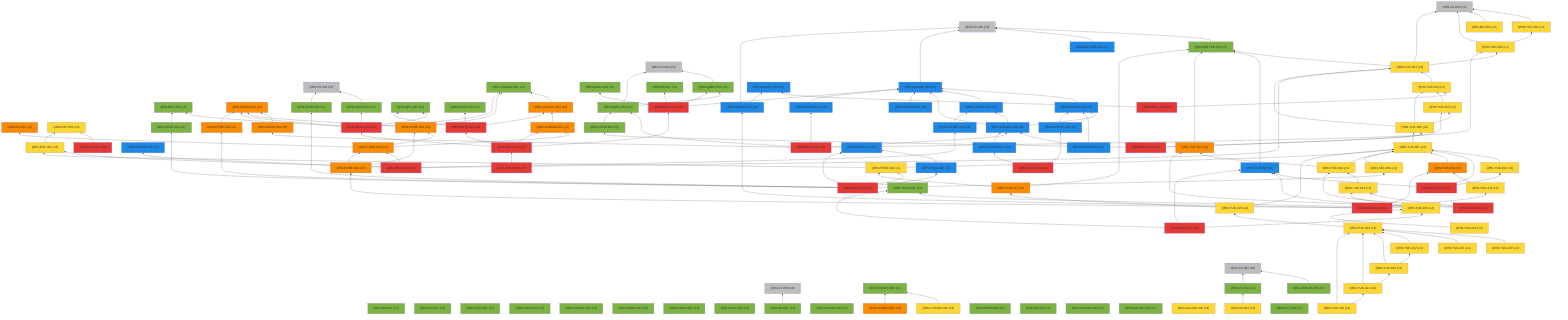
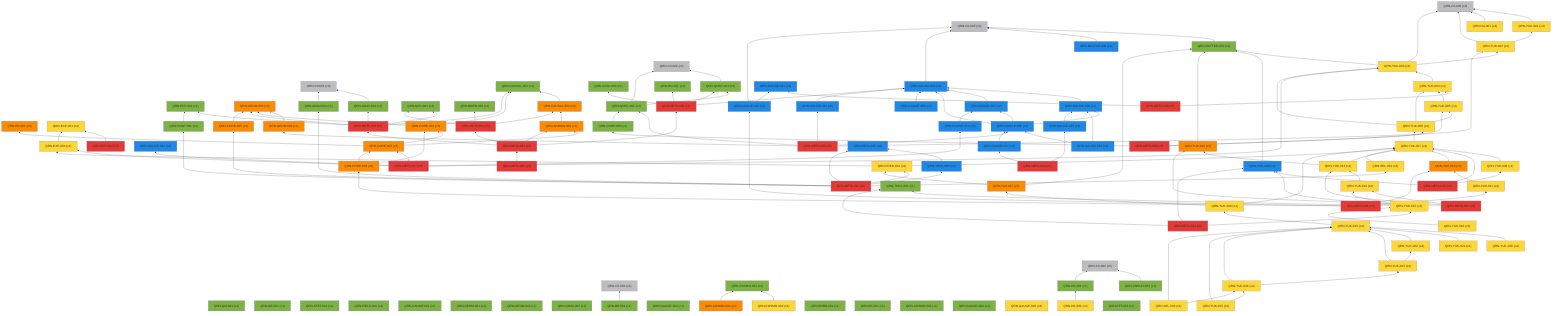
%% 自動生成 (dag/report.pl) — QRN 主張依存グラフ
graph BT
  QRN_C0_001["QRN-C0-001 (c0)"]:::c0
  QRN_C0_002["QRN-C0-002 (c0)"]:::c0
  QRN_C0_003["QRN-C0-003 (c0)"]:::c0
  QRN_C0_004["QRN-C0-004 (c0)"]:::c0
  QRN_C0_005["QRN-C0-005 (c0)"]:::c0
  QRN_C0_006["QRN-C0-006 (c0)"]:::c0
  QRN_QM_001["QRN-QM-001 (c1)"]:::c1
  QRN_GR_001["QRN-GR-001 (c1)"]:::c1
  QRN_STAT_001["QRN-STAT-001 (c1)"]:::c1
  QRN_FIELD_001["QRN-FIELD-001 (c1)"]:::c1
  QRN_GAUGE_001["QRN-GAUGE-001 (c1)"]:::c1
  QRN_ENT_001["QRN-ENT-001 (c1)"]:::c1
  QRN_GEOM_001["QRN-GEOM-001 (c1)"]:::c1
  QRN_GEOM_002["QRN-GEOM-002 (c1)"]:::c1
  QRN_GEOM_003["QRN-GEOM-003 (c3)"]:::c3
  QRN_GRAV_001["QRN-GRAV-001 (c1)"]:::c1
  QRN_GRAV_002["QRN-GRAV-002 (c1)"]:::c1
  QRN_BH_001["QRN-BH-001 (c1)"]:::c1
  QRN_CAUSAL_001["QRN-CAUSAL-001 (c1)"]:::c1
  QRN_CAUSAL_002["QRN-CAUSAL-002 (c3)"]:::c3
  QRN_ER_001["QRN-ER-001 (c3)"]:::c3
  QRN_QEC_001["QRN-QEC-001 (c1)"]:::c1
  QRN_GAUGE_002["QRN-GAUGE-002 (c1)"]:::c1
  QRN_COSMO_001["QRN-COSMO-001 (c1)"]:::c1
  QRN_COSMO_002["QRN-COSMO-002 (c4)"]:::c4
  QRN_COSMO_003["QRN-COSMO-003 (c3)"]:::c3
  QRN_BORN_001["QRN-BORN-001 (c1)"]:::c1
  QRN_BORN_002["QRN-BORN-002 (c1)"]:::c1
  QRN_GRAV_003["QRN-GRAV-003 (c1)"]:::c1
  QRN_KK_001["QRN-KK-001 (c1)"]:::c1
  QRN_MATTER_001["QRN-MATTER-001 (c1)"]:::c1
  QRN_MATTER_002["QRN-MATTER-002 (c2)"]:::c2
  QRN_COSMO_004["QRN-COSMO-004 (c1)"]:::c1
  QRN_EXP_001["QRN-EXP-001 (c4)"]:::c4
  QRN_GAUGE_003["QRN-GAUGE-003 (c2)"]:::c2
  QRN_GAUGE_004["QRN-GAUGE-004 (c1)"]:::c1
  QRN_GAUGE_005["QRN-GAUGE-005 (c4)"]:::c4
  QRN_YUK_001["QRN-YUK-001 (c4)"]:::c4
  QRN_RG_001["QRN-RG-001 (c1)"]:::c1
  QRN_UNRUH_001["QRN-UNRUH-001 (c1)"]:::c1
  QRN_QNEC_001["QRN-QNEC-001 (c1)"]:::c1
  QRN_NU_001["QRN-NU-001 (c4)"]:::c4
  QRN_GAUGE_006["QRN-GAUGE-006 (c2)"]:::c2
  QRN_DS_001["QRN-DS-001 (c1)"]:::c1
  QRN_DS_002["QRN-DS-002 (c4)"]:::c4
  QRN_ARROW_001["QRN-ARROW-001 (c3)"]:::c3
  QRN_GAUGE_007["QRN-GAUGE-007 (c2)"]:::c2
  QRN_EFT_001["QRN-EFT-001 (c1)"]:::c1
  QRN_GAUGE_008["QRN-GAUGE-008 (c2)"]:::c2
  QRN_GAUGE_009["QRN-GAUGE-009 (c2)"]:::c2
  QRN_GAUGE_010["QRN-GAUGE-010 (c2)"]:::c2
  QRN_QNEC_002["QRN-QNEC-002 (c1)"]:::c1
  QRN_GEOM_004["QRN-GEOM-004 (c3)"]:::c3
  QRN_YUK_002["QRN-YUK-002 (c4)"]:::c4
  QRN_EXP_002["QRN-EXP-002 (c5)"]:::c5
  QRN_CORE_001["QRN-CORE-001 (c3)"]:::c3
  QRN_GAUGE_011["QRN-GAUGE-011 (c2)"]:::c2
  QRN_GAUGE_012["QRN-GAUGE-012 (c2)"]:::c2
  QRN_YUK_003["QRN-YUK-003 (c4)"]:::c4
  QRN_EXP_003["QRN-EXP-003 (c4)"]:::c4
  QRN_CORE_002["QRN-CORE-002 (c3)"]:::c3
  QRN_GAUGE_013["QRN-GAUGE-013 (c2)"]:::c2
  QRN_YUK_004["QRN-YUK-004 (c4)"]:::c4
  QRN_GAUGE_014["QRN-GAUGE-014 (c2)"]:::c2
  QRN_META_001["QRN-META-001 (c5)"]:::c5
  QRN_META_002["QRN-META-002 (c5)"]:::c5
  QRN_META_003["QRN-META-003 (c5)"]:::c5
  QRN_META_004["QRN-META-004 (c5)"]:::c5
  QRN_META_005["QRN-META-005 (c5)"]:::c5
  QRN_META_006["QRN-META-006 (c5)"]:::c5
  QRN_META_007["QRN-META-007 (c5)"]:::c5
  QRN_META_008["QRN-META-008 (c5)"]:::c5
  QRN_YUK_005["QRN-YUK-005 (c4)"]:::c4
  QRN_YUK_006["QRN-YUK-006 (c4)"]:::c4
  QRN_CORE_003["QRN-CORE-003 (c1)"]:::c1
  QRN_META_009["QRN-META-009 (c5)"]:::c5
  QRN_YUK_007["QRN-YUK-007 (c4)"]:::c4
  QRN_YUK_008["QRN-YUK-008 (c4)"]:::c4
  QRN_YUK_009["QRN-YUK-009 (c2)"]:::c2
  QRN_META_010["QRN-META-010 (c5)"]:::c5
  QRN_GAUGE_015["QRN-GAUGE-015 (c2)"]:::c2
  QRN_YUK_010["QRN-YUK-010 (c3)"]:::c3
  QRN_YUK_011["QRN-YUK-011 (c4)"]:::c4
  QRN_CORE_004["QRN-CORE-004 (c3)"]:::c3
  QRN_META_011["QRN-META-011 (c5)"]:::c5
  QRN_YUK_012["QRN-YUK-012 (c3)"]:::c3
  QRN_YUK_013["QRN-YUK-013 (c4)"]:::c4
  QRN_YUK_014["QRN-YUK-014 (c4)"]:::c4
  QRN_META_012["QRN-META-012 (c5)"]:::c5
  QRN_TOOL_001["QRN-TOOL-001 (c1)"]:::c1
  QRN_YUK_015["QRN-YUK-015 (c4)"]:::c4
  QRN_META_013["QRN-META-013 (c5)"]:::c5
  QRN_GAUGE_016["QRN-GAUGE-016 (c2)"]:::c2
  QRN_GAUGE_017["QRN-GAUGE-017 (c2)"]:::c2
  QRN_META_014["QRN-META-014 (c5)"]:::c5
  QRN_META_015["QRN-META-015 (c2)"]:::c2
  QRN_TOOL_002["QRN-TOOL-002 (c2)"]:::c2
  QRN_CORE_005["QRN-CORE-005 (c3)"]:::c3
  QRN_CONT_001["QRN-CONT-001 (c1)"]:::c1
  QRN_SEL_001["QRN-SEL-001 (c4)"]:::c4
  QRN_GRAV_004["QRN-GRAV-004 (c1)"]:::c1
  QRN_PRED_001["QRN-PRED-001 (c4)"]:::c4
  QRN_META_016["QRN-META-016 (c5)"]:::c5
  QRN_YUK_016["QRN-YUK-016 (c4)"]:::c4
  QRN_YUK_017["QRN-YUK-017 (c3)"]:::c3
  QRN_YUK_018["QRN-YUK-018 (c4)"]:::c4
  QRN_YUK_019["QRN-YUK-019 (c4)"]:::c4
  QRN_YUK_020["QRN-YUK-020 (c4)"]:::c4
  QRN_YUK_021["QRN-YUK-021 (c4)"]:::c4
  QRN_YUK_022["QRN-YUK-022 (c4)"]:::c4
  QRN_YUK_023["QRN-YUK-023 (c4)"]:::c4
  QRN_YUK_024["QRN-YUK-024 (c4)"]:::c4
  QRN_YUK_025["QRN-YUK-025 (c4)"]:::c4
+   QRN_SEL_002["QRN-SEL-002 (c4)"]:::c4
  QRN_GRAV_001 --> QRN_C0_001
  QRN_BH_001 --> QRN_C0_003
  QRN_CAUSAL_002 --> QRN_CAUSAL_001
  QRN_COSMO_002 --> QRN_COSMO_001
  QRN_COSMO_003 --> QRN_COSMO_001
  QRN_MATTER_001 --> QRN_C0_005
  QRN_MATTER_002 --> QRN_C0_005
  QRN_GAUGE_003 --> QRN_C0_005
  QRN_YUK_001 --> QRN_C0_006
  QRN_UNRUH_001 --> QRN_C0_004
  QRN_QNEC_001 --> QRN_C0_002
  QRN_NU_001 --> QRN_C0_006
  QRN_GAUGE_006 --> QRN_GAUGE_003
  QRN_DS_001 --> QRN_C0_004
  QRN_DS_002 --> QRN_DS_001
  QRN_ARROW_001 --> QRN_CAUSAL_002
  QRN_GAUGE_007 --> QRN_GAUGE_003
  QRN_GAUGE_008 --> QRN_GAUGE_003
  QRN_GAUGE_008 --> QRN_GAUGE_006
  QRN_GAUGE_008 --> QRN_GAUGE_007
  QRN_GAUGE_009 --> QRN_GAUGE_003
  QRN_GAUGE_010 --> QRN_GAUGE_006
  QRN_GAUGE_010 --> QRN_GAUGE_008
  QRN_QNEC_002 --> QRN_C0_002
  QRN_QNEC_002 --> QRN_QNEC_001
  QRN_GEOM_004 --> QRN_GEOM_003
  QRN_YUK_002 --> QRN_C0_006
  QRN_YUK_002 --> QRN_YUK_001
  QRN_EXP_002 --> QRN_EXP_001
  QRN_CORE_001 --> QRN_GEOM_003
  QRN_CORE_001 --> QRN_CAUSAL_001
  QRN_GAUGE_011 --> QRN_GAUGE_003
  QRN_YUK_003 --> QRN_C0_006
  QRN_YUK_003 --> QRN_MATTER_001
  QRN_YUK_003 --> QRN_YUK_002
  QRN_EXP_003 --> QRN_EXP_001
  QRN_CORE_002 --> QRN_CORE_001
  QRN_CORE_002 --> QRN_ER_001
  QRN_CORE_002 --> QRN_ARROW_001
  QRN_GAUGE_013 --> QRN_GAUGE_007
  QRN_YUK_004 --> QRN_YUK_003
  QRN_META_001 --> QRN_GEOM_003
  QRN_META_001 --> QRN_GRAV_001
  QRN_META_001 --> QRN_CAUSAL_001
  QRN_META_001 --> QRN_QEC_001
  QRN_META_001 --> QRN_ENT_001
  QRN_META_002 --> QRN_QEC_001
  QRN_META_002 --> QRN_BORN_001
  QRN_META_002 --> QRN_CAUSAL_002
  QRN_META_003 --> QRN_GAUGE_003
  QRN_META_003 --> QRN_RG_001
  QRN_META_003 --> QRN_QNEC_001
  QRN_META_003 --> QRN_GRAV_003
  QRN_META_004 --> QRN_META_001
  QRN_META_004 --> QRN_META_002
  QRN_META_004 --> QRN_META_003
  QRN_META_004 --> QRN_ARROW_001
  QRN_META_005 --> QRN_META_004
  QRN_META_006 --> QRN_GAUGE_008
  QRN_META_006 --> QRN_QNEC_002
  QRN_META_006 --> QRN_GEOM_004
  QRN_META_006 --> QRN_YUK_002
  QRN_META_006 --> QRN_GAUGE_011
  QRN_META_007 --> QRN_GAUGE_012
  QRN_META_007 --> QRN_YUK_003
  QRN_META_007 --> QRN_EXP_003
  QRN_META_007 --> QRN_CORE_002
  QRN_META_007 --> QRN_GAUGE_013
  QRN_META_008 --> QRN_YUK_004
  QRN_META_008 --> QRN_GAUGE_014
  QRN_YUK_005 --> QRN_YUK_004
  QRN_YUK_006 --> QRN_YUK_003
  QRN_YUK_006 --> QRN_YUK_004
  QRN_YUK_006 --> QRN_YUK_005
  QRN_CORE_003 --> QRN_QNEC_002
  QRN_META_009 --> QRN_YUK_005
  QRN_META_009 --> QRN_YUK_006
  QRN_META_009 --> QRN_CORE_003
  QRN_YUK_007 --> QRN_YUK_006
  QRN_YUK_008 --> QRN_YUK_007
  QRN_YUK_009 --> QRN_MATTER_001
  QRN_META_010 --> QRN_YUK_007
  QRN_META_010 --> QRN_YUK_008
  QRN_META_010 --> QRN_YUK_009
  QRN_GAUGE_015 --> QRN_C0_005
  QRN_GAUGE_015 --> QRN_GAUGE_014
  QRN_YUK_010 --> QRN_YUK_007
  QRN_YUK_011 --> QRN_YUK_010
  QRN_CORE_004 --> QRN_CORE_001
  QRN_CORE_004 --> QRN_CORE_002
  QRN_META_011 --> QRN_GAUGE_015
  QRN_META_011 --> QRN_YUK_010
  QRN_META_011 --> QRN_YUK_011
  QRN_META_011 --> QRN_CORE_004
  QRN_YUK_012 --> QRN_MATTER_001
  QRN_YUK_013 --> QRN_YUK_012
  QRN_YUK_013 --> QRN_YUK_007
  QRN_YUK_014 --> QRN_YUK_013
  QRN_META_012 --> QRN_YUK_012
  QRN_META_012 --> QRN_YUK_013
  QRN_META_012 --> QRN_YUK_014
  QRN_YUK_015 --> QRN_YUK_014
  QRN_YUK_015 --> QRN_TOOL_001
  QRN_YUK_015 --> QRN_YUK_009
  QRN_META_013 --> QRN_YUK_015
  QRN_META_013 --> QRN_TOOL_001
  QRN_META_013 --> QRN_YUK_009
  QRN_GAUGE_016 --> QRN_GAUGE_006
  QRN_GAUGE_017 --> QRN_GAUGE_008
  QRN_META_014 --> QRN_GAUGE_016
  QRN_META_014 --> QRN_GAUGE_017
  QRN_TOOL_002 --> QRN_META_015
  QRN_CORE_005 --> QRN_GEOM_003
  QRN_CONT_001 --> QRN_ENT_001
  QRN_SEL_001 --> QRN_YUK_007
  QRN_GRAV_004 --> QRN_C0_001
  QRN_PRED_001 --> QRN_YUK_007
  QRN_PRED_001 --> QRN_EXP_003
  QRN_META_016 --> QRN_META_015
  QRN_META_016 --> QRN_TOOL_002
  QRN_META_016 --> QRN_CORE_005
  QRN_META_016 --> QRN_CONT_001
  QRN_META_016 --> QRN_SEL_001
  QRN_META_016 --> QRN_GRAV_004
  QRN_META_016 --> QRN_PRED_001
  QRN_YUK_016 --> QRN_YUK_015
  QRN_YUK_017 --> QRN_MATTER_001
  QRN_YUK_017 --> QRN_PRED_001
  QRN_YUK_018 --> QRN_YUK_017
  QRN_YUK_018 --> QRN_YUK_007
  QRN_YUK_019 --> QRN_YUK_018
  QRN_YUK_020 --> QRN_YUK_019
  QRN_YUK_021 --> QRN_YUK_019
  QRN_YUK_022 --> QRN_YUK_019
  QRN_YUK_023 --> QRN_YUK_019
  QRN_YUK_023 --> QRN_YUK_022
  QRN_YUK_024 --> QRN_YUK_019
  QRN_YUK_024 --> QRN_YUK_023
  QRN_YUK_025 --> QRN_YUK_019
  QRN_YUK_025 --> QRN_YUK_024
+   QRN_SEL_002 --> QRN_YUK_019
+   QRN_SEL_002 --> QRN_YUK_024
  classDef c0 fill:#bdbdbd
  classDef c1 fill:#7cb342
  classDef c2 fill:#1e88e5
  classDef c3 fill:#fb8c00
  classDef c4 fill:#fdd835
  classDef c5 fill:#e53935
